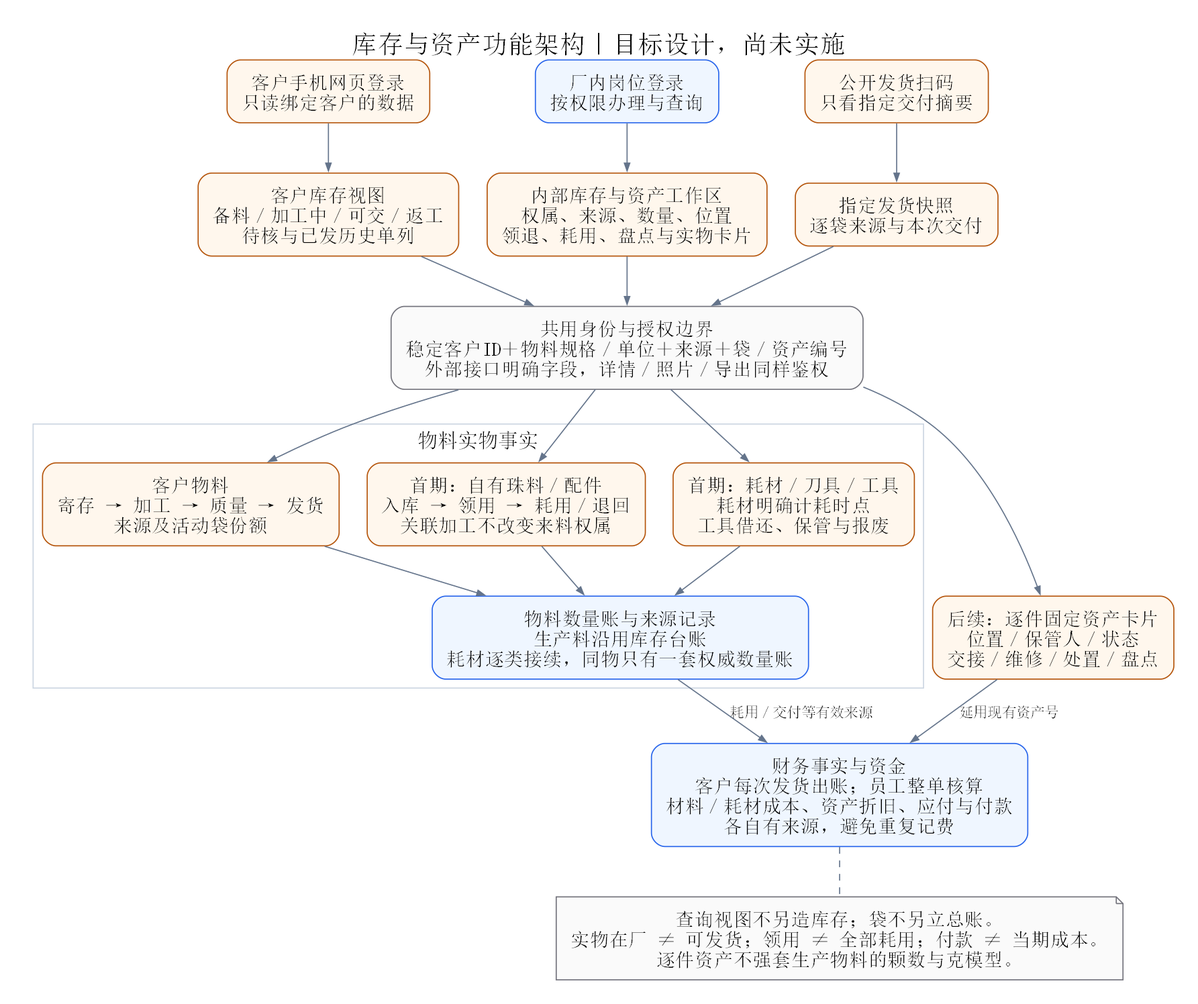
sxliuchen-hash/zhubao-ERP keeps this Graphviz diagram as docs/diagrams/inventory-assets-review/01-ownership-and-functions.png. Above is the earlier version. Its source is kept beside it as docs/diagrams/inventory-assets-review/01-ownership-and-functions.dot. Source of this version:
```dot
digraph G {
 graph [fontname="SimSun",fontsize=23,label="库存与资产功能架构｜目标设计，尚未实施",labelloc=t,rankdir=TB,bgcolor="white",pad="0.3",nodesep="0.35",ranksep="0.6"];
 node [fontname="SimSun",fontsize=17,shape=box,style="rounded,filled",color="#b45309",fillcolor="#fff7ed",margin="0.18,0.14"];
 edge [fontname="SimSun",fontsize=13,color="#64748b",arrowsize=0.7];
 client [label="客户手机网页登录\n只读绑定客户的数据"];
 staff [label="厂内岗位登录\n按权限办理与查询",fillcolor="#eff6ff",color="#2563eb"];
 public [label="公开发货扫码\n只看指定交付摘要"];
 clientview [label="客户库存视图\n备料／加工中／可交／返工\n待核与已发历史单列"];
 internal [label="内部库存与资产工作区\n权属、来源、数量、位置\n领退、耗用、盘点与实物卡片"];
 delivery [label="指定发货快照\n逐袋来源与本次交付"];
 {rank=same;client;staff;public;}
 {rank=same;clientview;internal;delivery;}
 scope [label="共用身份与授权边界\n稳定客户ID＋物料规格／单位＋来源＋袋／资产编号\n外部接口明确字段，详情／照片／导出同样鉴权",fillcolor="#fafafa",color="#71717a"];
 subgraph cluster_material {
  label="物料实物事实";fontname="SimSun";fontsize=18;color="#cbd5e1";
  customer [label="客户物料\n寄存 → 加工 → 质量 → 发货\n来源及活动袋份额"];
  company [label="首期：自有珠料／配件\n入库 → 领用 → 耗用／退回\n关联加工不改变来料权属"];
  consumable [label="首期：耗材／刀具／工具\n耗材明确计耗时点\n工具借还、保管与报废"];
  ledger [label="物料数量账与来源记录\n生产料沿用库存台账\n耗材逐类接续，同物只有一套权威数量账",fillcolor="#eff6ff",color="#2563eb"];
  {rank=same;customer;company;consumable;}
  customer -> ledger;company -> ledger;consumable -> ledger;
 }
 asset [label="后续：逐件固定资产卡片\n位置／保管人／状态\n交接／维修／处置／盘点"];
 finance [label="财务事实与资金\n客户每次发货出账；员工整单核算\n材料／耗材成本、资产折旧、应付与付款\n各自有来源，避免重复记费",fillcolor="#eff6ff",color="#2563eb"];
 note [shape=note,label="查询视图不另造库存；袋不另立总账。\n实物在厂 ≠ 可发货；领用 ≠ 全部耗用；付款 ≠ 当期成本。\n逐件资产不强套生产物料的颗数与克模型。",fillcolor="#fafafa",color="#71717a"];
 client -> clientview;staff -> internal;public -> delivery;
 clientview -> scope;internal -> scope;delivery -> scope;
 scope -> customer;scope -> company;scope -> consumable;scope -> asset;
 ledger -> finance [label="耗用／交付等有效来源"];
 asset -> finance [label="延用现有资产号"];
 finance -> note [style=dashed,arrowhead=none];
}
```
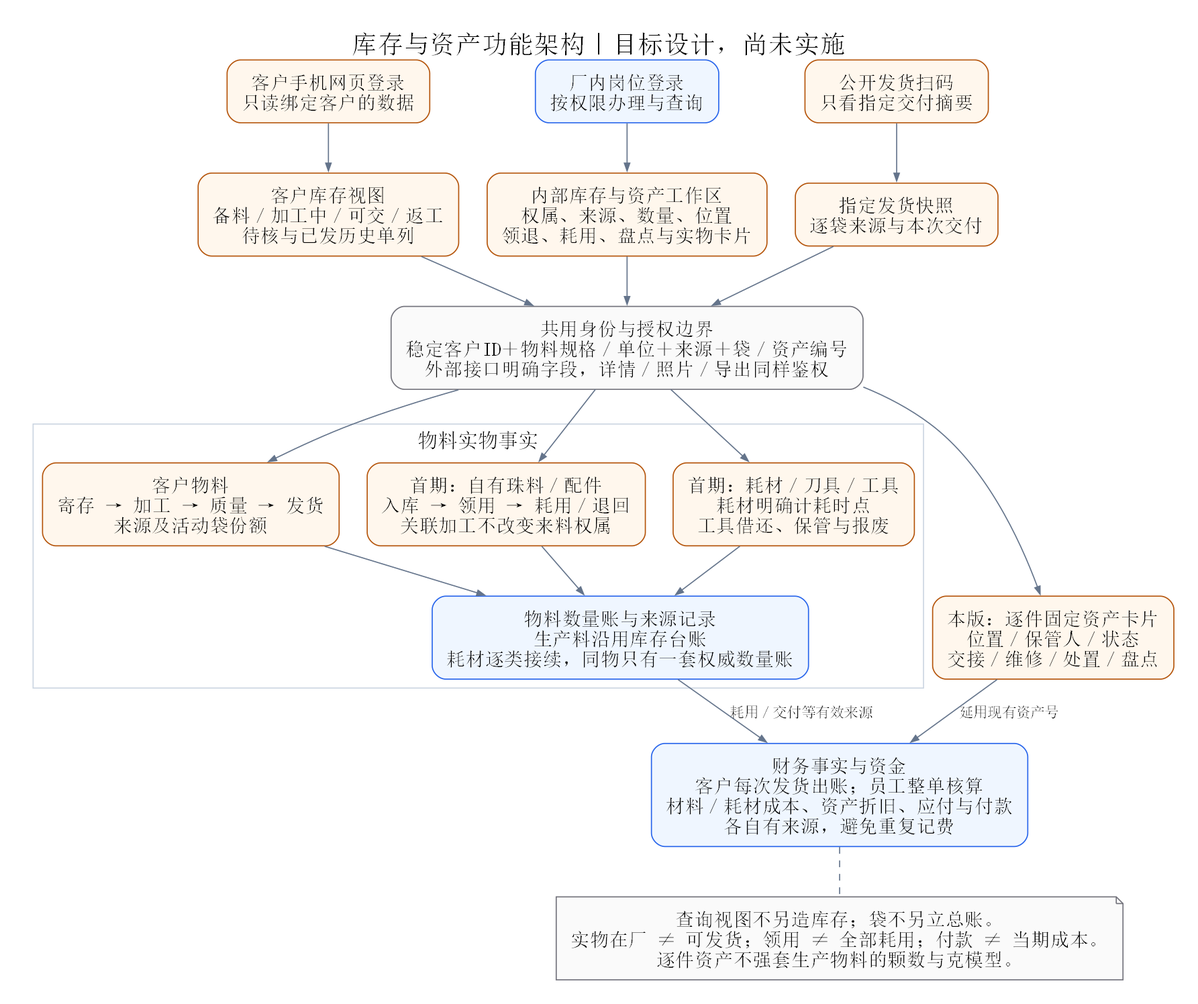
Above is the later version.

Diff of the diagram source:
```diff
@@ -20,7 +20,7 @@
   {rank=same;customer;company;consumable;}
   customer -> ledger;company -> ledger;consumable -> ledger;
  }
- asset [label="后续：逐件固定资产卡片\n位置／保管人／状态\n交接／维修／处置／盘点"];
+ asset [label="本版：逐件固定资产卡片\n位置／保管人／状态\n交接／维修／处置／盘点"];
  finance [label="财务事实与资金\n客户每次发货出账；员工整单核算\n材料／耗材成本、资产折旧、应付与付款\n各自有来源，避免重复记费",fillcolor="#eff6ff",color="#2563eb"];
  note [shape=note,label="查询视图不另造库存；袋不另立总账。\n实物在厂 ≠ 可发货；领用 ≠ 全部耗用；付款 ≠ 当期成本。\n逐件资产不强套生产物料的颗数与克模型。",fillcolor="#fafafa",color="#71717a"];
  client -> clientview;staff -> internal;public -> delivery;
```
